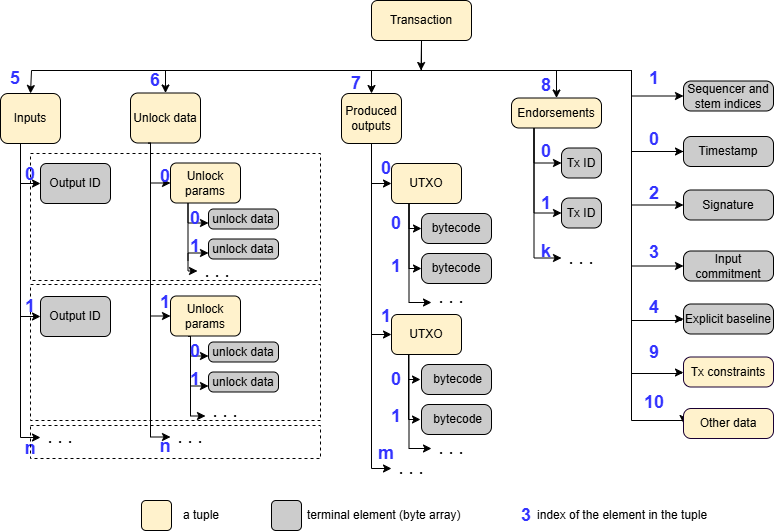
lunfardo314/lunfardo314.github.io keeps this draw.io diagram as static/img/utxo-tx.png. Above is the earlier version. Source tidied: cells renumbered, new cells last; positions are measured from the earlier drawing's top-left corner, leaving out a move shared by most shapes.
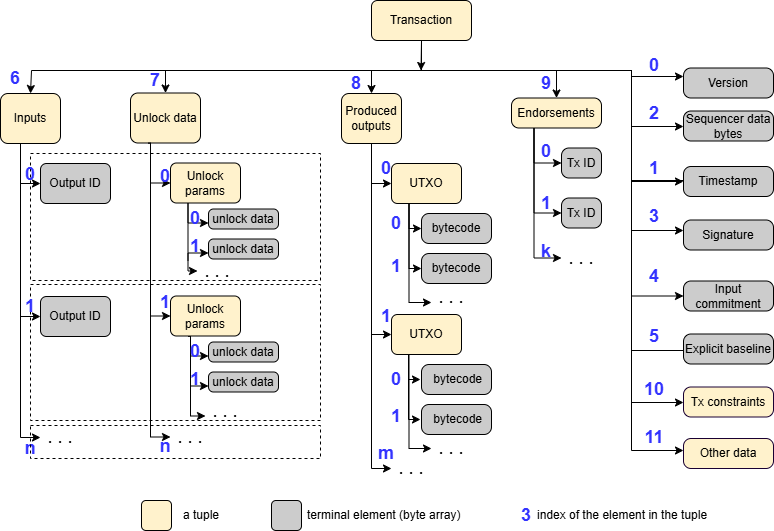
Later version of the same file.

What changed in the source:
```diff
@@ -8,13 +8,12 @@
     <mxCell id="3" style="rounded=0;whiteSpace=wrap;html=1;fillColor=none;dashed=1;" parent="1" vertex="1">
       <mxGeometry x="30" y="153" width="290" height="127" as="geometry" />
     </mxCell>
-    <mxCell id="4" style="edgeStyle=orthogonalEdgeStyle;rounded=0;jettySize=auto;html=1;entryX=0;entryY=0.5;entryDx=0;entryDy=0;" parent="1" edge="1" target="64">
+    <mxCell id="4" style="edgeStyle=orthogonalEdgeStyle;rounded=0;jettySize=auto;html=1;" parent="1" edge="1" target="64">
       <mxGeometry relative="1" as="geometry">
         <mxPoint x="531" y="70" as="sourcePoint" />
         <Array as="points">
           <mxPoint x="631" y="70" />
-          <mxPoint x="631" y="420" />
-          <mxPoint x="683" y="420" />
+          <mxPoint x="631" y="450" />
         </Array>
       </mxGeometry>
     </mxCell>
@@ -23,7 +22,8 @@
         <mxPoint x="531" y="70" as="sourcePoint" />
         <Array as="points">
           <mxPoint x="631" y="70" />
-          <mxPoint x="631" y="266" />
+          <mxPoint x="631" y="296" />
+          <mxPoint x="683" y="296" />
         </Array>
       </mxGeometry>
     </mxCell>
@@ -32,24 +32,25 @@
         <mxPoint x="531" y="70" as="sourcePoint" />
         <Array as="points">
           <mxPoint x="631" y="70" />
-          <mxPoint x="631" y="151" />
+          <mxPoint x="631" y="181" />
         </Array>
       </mxGeometry>
     </mxCell>
-    <mxCell id="7" style="edgeStyle=orthogonalEdgeStyle;rounded=0;jettySize=auto;html=1;entryX=0;entryY=0.5;entryDx=0;entryDy=0;" parent="1" edge="1" target="62">
+    <mxCell id="7" style="edgeStyle=orthogonalEdgeStyle;rounded=0;jettySize=auto;html=1;" parent="1" edge="1" target="62">
       <mxGeometry relative="1" as="geometry">
         <mxPoint x="531" y="70" as="sourcePoint" />
         <Array as="points">
+          <mxPoint x="531" y="70" />
           <mxPoint x="631" y="70" />
-          <mxPoint x="631" y="96" />
+          <mxPoint x="631" y="126" />
         </Array>
       </mxGeometry>
     </mxCell>
     <mxCell id="8" style="edgeStyle=orthogonalEdgeStyle;rounded=0;jettySize=auto;html=1;" parent="1" edge="1" source="110" target="61">
       <mxGeometry relative="1" as="geometry">
         <Array as="points">
-          <mxPoint x="631" y="151.5" />
-          <mxPoint x="631" y="204.5" />
+          <mxPoint x="631" y="180" />
+          <mxPoint x="631" y="230" />
         </Array>
       </mxGeometry>
     </mxCell>
@@ -74,14 +75,13 @@
         </Array>
       </mxGeometry>
     </mxCell>
-    <mxCell id="12" style="edgeStyle=orthogonalEdgeStyle;rounded=0;jettySize=auto;html=1;exitX=0.5;exitY=1;exitDx=0;exitDy=0;entryX=0;entryY=0.5;entryDx=0;entryDy=0;" parent="1" edge="1" source="13" target="107">
+    <mxCell id="12" style="edgeStyle=orthogonalEdgeStyle;rounded=0;jettySize=auto;html=1;exitX=0.5;exitY=1;exitDx=0;exitDy=0;entryX=0.089;entryY=0.55;entryDx=0;entryDy=0;entryPerimeter=0;" parent="1" edge="1" target="107">
       <mxGeometry relative="1" as="geometry">
+        <mxPoint x="421" y="45.5" as="sourcePoint" />
         <Array as="points">
           <mxPoint x="421" y="70" />
           <mxPoint x="631" y="70" />
-          <mxPoint x="631" y="320" />
-          <mxPoint x="681" y="320" />
-          <mxPoint x="681" y="319" />
+          <mxPoint x="631" y="350" />
         </Array>
       </mxGeometry>
     </mxCell>
@@ -337,16 +337,16 @@
       </mxGeometry>
     </mxCell>
     <mxCell id="61" value="Signature" style="rounded=1;whiteSpace=wrap;html=1;arcSize=25;fillColor=#CCCCCC;" parent="1" vertex="1">
-      <mxGeometry x="683" y="189.5" width="90" height="30" as="geometry" />
+      <mxGeometry x="683" y="219.5" width="90" height="30" as="geometry" />
     </mxCell>
-    <mxCell id="62" value="Sequencer and stem indices" style="rounded=1;whiteSpace=wrap;html=1;arcSize=25;fillColor=#CCCCCC;" parent="1" vertex="1">
-      <mxGeometry x="683" y="80.5" width="90" height="30" as="geometry" />
+    <mxCell id="62" value="Sequencer data bytes" style="rounded=1;whiteSpace=wrap;html=1;arcSize=25;fillColor=#CCCCCC;" parent="1" vertex="1">
+      <mxGeometry x="683" y="110.5" width="90" height="30" as="geometry" />
     </mxCell>
     <mxCell id="63" value="Input commitment" style="rounded=1;whiteSpace=wrap;html=1;arcSize=25;fillColor=#CCCCCC;" parent="1" vertex="1">
-      <mxGeometry x="683" y="250.5" width="90" height="30" as="geometry" />
+      <mxGeometry x="683" y="280.5" width="90" height="30" as="geometry" />
     </mxCell>
     <mxCell id="64" value="Other data" style="rounded=1;whiteSpace=wrap;html=1;arcSize=25;fillColor=#fff2cc;strokeColor=#190033;" parent="1" vertex="1">
-      <mxGeometry x="683" y="408" width="90" height="30" as="geometry" />
+      <mxGeometry x="683" y="438" width="90" height="30" as="geometry" />
     </mxCell>
     <mxCell id="65" style="edgeStyle=orthogonalEdgeStyle;rounded=0;jettySize=auto;html=1;exitX=0.25;exitY=1;exitDx=0;exitDy=0;entryX=0;entryY=0.5;entryDx=0;entryDy=0;" parent="1" edge="1" source="68" target="69">
       <mxGeometry relative="1" as="geometry" />
@@ -381,35 +381,35 @@
     <mxCell id="75" value="terminal element (byte array)" style="text;html=1;align=left;verticalAlign=middle;whiteSpace=wrap;rounded=0;" parent="1" vertex="1">
       <mxGeometry x="305" y="500" width="180" height="30" as="geometry" />
     </mxCell>
-    <mxCell id="76" value="&lt;font style=&quot;font-size: 18px; color: rgb(51, 51, 255);&quot;&gt;&lt;b&gt;5&lt;/b&gt;&lt;/font&gt;" style="text;html=1;align=center;verticalAlign=middle;whiteSpace=wrap;rounded=0;" parent="1" vertex="1">
+    <mxCell id="76" value="&lt;font style=&quot;font-size: 18px; color: rgb(51, 51, 255);&quot;&gt;&lt;b&gt;6&lt;/b&gt;&lt;/font&gt;" style="text;html=1;align=center;verticalAlign=middle;whiteSpace=wrap;rounded=0;" parent="1" vertex="1">
       <mxGeometry y="63" width="30" height="30" as="geometry" />
     </mxCell>
-    <mxCell id="77" value="&lt;font color=&quot;#3333ff&quot;&gt;&lt;span style=&quot;font-size: 18px;&quot;&gt;&lt;b&gt;6&lt;/b&gt;&lt;/span&gt;&lt;/font&gt;" style="text;html=1;align=center;verticalAlign=middle;whiteSpace=wrap;rounded=0;" parent="1" vertex="1">
+    <mxCell id="77" value="&lt;font color=&quot;#3333ff&quot;&gt;&lt;span style=&quot;font-size: 18px;&quot;&gt;&lt;b&gt;7&lt;/b&gt;&lt;/span&gt;&lt;/font&gt;" style="text;html=1;align=center;verticalAlign=middle;whiteSpace=wrap;rounded=0;" parent="1" vertex="1">
       <mxGeometry x="140" y="65" width="30" height="30" as="geometry" />
     </mxCell>
-    <mxCell id="78" value="&lt;font style=&quot;font-size: 18px; color: rgb(51, 51, 255);&quot;&gt;&lt;b&gt;7&lt;/b&gt;&lt;/font&gt;" style="text;html=1;align=center;verticalAlign=middle;whiteSpace=wrap;rounded=0;" parent="1" vertex="1">
+    <mxCell id="78" value="&lt;font style=&quot;font-size: 18px; color: rgb(51, 51, 255);&quot;&gt;&lt;b&gt;8&lt;/b&gt;&lt;/font&gt;" style="text;html=1;align=center;verticalAlign=middle;whiteSpace=wrap;rounded=0;" parent="1" vertex="1">
       <mxGeometry x="341" y="67.5" width="30" height="30" as="geometry" />
     </mxCell>
     <mxCell id="79" value="&lt;font style=&quot;font-size: 18px; color: rgb(51, 51, 255);&quot;&gt;&lt;b&gt;4&lt;/b&gt;&lt;/font&gt;" style="text;html=1;align=center;verticalAlign=middle;whiteSpace=wrap;rounded=0;" parent="1" vertex="1">
-      <mxGeometry x="639" y="291.5" width="30" height="30" as="geometry" />
+      <mxGeometry x="639" y="261" width="30" height="30" as="geometry" />
     </mxCell>
-    <mxCell id="80" value="&lt;font style=&quot;font-size: 18px; color: rgb(51, 51, 255);&quot;&gt;&lt;b&gt;8&lt;/b&gt;&lt;/font&gt;" style="text;html=1;align=center;verticalAlign=middle;whiteSpace=wrap;rounded=0;" parent="1" vertex="1">
-      <mxGeometry x="531" y="70" width="30" height="30" as="geometry" />
+    <mxCell id="80" value="&lt;font style=&quot;font-size: 18px; color: rgb(51, 51, 255);&quot;&gt;&lt;b&gt;9&lt;/b&gt;&lt;/font&gt;" style="text;html=1;align=center;verticalAlign=middle;whiteSpace=wrap;rounded=0;" parent="1" vertex="1">
+      <mxGeometry x="531" y="67.5" width="30" height="30" as="geometry" />
     </mxCell>
     <mxCell id="81" value="&lt;font style=&quot;font-size: 18px; color: rgb(51, 51, 255);&quot;&gt;&lt;b&gt;1&lt;/b&gt;&lt;/font&gt;" style="text;html=1;align=center;verticalAlign=middle;whiteSpace=wrap;rounded=0;" parent="1" vertex="1">
-      <mxGeometry x="639" y="62.5" width="30" height="30" as="geometry" />
+      <mxGeometry x="639" y="153" width="30" height="30" as="geometry" />
     </mxCell>
     <mxCell id="82" value="&lt;font style=&quot;font-size: 18px; color: rgb(51, 51, 255);&quot;&gt;&lt;b&gt;0&lt;/b&gt;&lt;/font&gt;" style="text;html=1;align=center;verticalAlign=middle;whiteSpace=wrap;rounded=0;" parent="1" vertex="1">
-      <mxGeometry x="639" y="123.5" width="30" height="30" as="geometry" />
+      <mxGeometry x="639" y="50" width="30" height="30" as="geometry" />
     </mxCell>
     <mxCell id="83" value="&lt;font style=&quot;font-size: 18px; color: rgb(51, 51, 255);&quot;&gt;&lt;b&gt;2&lt;/b&gt;&lt;/font&gt;" style="text;html=1;align=center;verticalAlign=middle;whiteSpace=wrap;rounded=0;" parent="1" vertex="1">
-      <mxGeometry x="639" y="178" width="30" height="30" as="geometry" />
+      <mxGeometry x="639" y="97.5" width="30" height="30" as="geometry" />
     </mxCell>
     <mxCell id="84" value="&lt;font style=&quot;font-size: 18px; color: rgb(51, 51, 255);&quot;&gt;&lt;b&gt;3&lt;/b&gt;&lt;/font&gt;" style="text;html=1;align=center;verticalAlign=middle;whiteSpace=wrap;rounded=0;" parent="1" vertex="1">
-      <mxGeometry x="639" y="236.5" width="30" height="30" as="geometry" />
+      <mxGeometry x="639" y="200.5" width="30" height="30" as="geometry" />
     </mxCell>
     <mxCell id="85" value="&lt;font style=&quot;font-size: 18px; color: rgb(51, 51, 255);&quot;&gt;&lt;b&gt;10&lt;/b&gt;&lt;/font&gt;" style="text;html=1;align=center;verticalAlign=middle;whiteSpace=wrap;rounded=0;" parent="1" vertex="1">
-      <mxGeometry x="639" y="386.5" width="30" height="30" as="geometry" />
+      <mxGeometry x="639" y="374" width="30" height="30" as="geometry" />
     </mxCell>
     <mxCell id="86" value="&lt;font style=&quot;font-size: 18px; color: rgb(51, 51, 255);&quot;&gt;&lt;b&gt;0&lt;/b&gt;&lt;/font&gt;" style="text;html=1;align=center;verticalAlign=middle;whiteSpace=wrap;rounded=0;" parent="1" vertex="1">
       <mxGeometry x="150" y="160.5" width="30" height="30" as="geometry" />
@@ -475,7 +475,7 @@
       <mxGeometry x="30" y="425" width="290" height="33" as="geometry" />
     </mxCell>
     <mxCell id="107" value="Explicit baseline" style="rounded=1;whiteSpace=wrap;html=1;arcSize=25;fillColor=#CCCCCC;" parent="1" vertex="1">
-      <mxGeometry x="683" y="303.5" width="90" height="30" as="geometry" />
+      <mxGeometry x="683" y="333.5" width="90" height="30" as="geometry" />
     </mxCell>
     <mxCell id="108" value="&lt;font style=&quot;font-size: 18px; color: rgb(51, 51, 255);&quot;&gt;&lt;b&gt;3&lt;/b&gt;&lt;/font&gt;" style="text;html=1;align=center;verticalAlign=middle;whiteSpace=wrap;rounded=0;" parent="1" vertex="1">
       <mxGeometry x="511" y="500" width="30" height="30" as="geometry" />
@@ -484,24 +484,40 @@
       <mxGeometry x="535" y="500" width="190" height="30" as="geometry" />
     </mxCell>
     <mxCell id="110" value="Timestamp" style="rounded=1;whiteSpace=wrap;html=1;arcSize=25;fillColor=#CCCCCC;" parent="1" vertex="1">
-      <mxGeometry x="683" y="136" width="90" height="30" as="geometry" />
+      <mxGeometry x="683" y="166" width="90" height="30" as="geometry" />
     </mxCell>
     <mxCell id="111" value="Tx constraints" style="rounded=1;whiteSpace=wrap;html=1;arcSize=25;fillColor=#fff2cc;strokeColor=#190033;" parent="1" vertex="1">
-      <mxGeometry x="683" y="356.5" width="90" height="30" as="geometry" />
+      <mxGeometry x="683" y="386.5" width="90" height="30" as="geometry" />
     </mxCell>
-    <mxCell id="112" style="edgeStyle=orthogonalEdgeStyle;rounded=0;jettySize=auto;html=1;" parent="1" edge="1" source="13" target="111">
+    <mxCell id="112" style="edgeStyle=orthogonalEdgeStyle;rounded=0;jettySize=auto;html=1;" parent="1" edge="1" target="111">
       <mxGeometry relative="1" as="geometry">
+        <mxPoint x="421" y="65" as="sourcePoint" />
         <Array as="points">
           <mxPoint x="421" y="70" />
           <mxPoint x="631" y="70" />
-          <mxPoint x="631" y="373" />
-          <mxPoint x="681" y="373" />
-          <mxPoint x="681" y="372" />
+          <mxPoint x="631" y="402" />
         </Array>
       </mxGeometry>
     </mxCell>
-    <mxCell id="113" value="&lt;font style=&quot;font-size: 18px; color: rgb(51, 51, 255);&quot;&gt;&lt;b&gt;9&lt;/b&gt;&lt;/font&gt;" style="text;html=1;align=center;verticalAlign=middle;whiteSpace=wrap;rounded=0;" parent="1" vertex="1">
-      <mxGeometry x="639" y="337" width="30" height="30" as="geometry" />
+    <mxCell id="113" value="&lt;font style=&quot;font-size: 18px; color: rgb(51, 51, 255);&quot;&gt;&lt;b&gt;5&lt;/b&gt;&lt;/font&gt;" style="text;html=1;align=center;verticalAlign=middle;whiteSpace=wrap;rounded=0;" parent="1" vertex="1">
+      <mxGeometry x="639" y="321" width="30" height="30" as="geometry" />
     </mxCell>
+    <mxCell id="114" value="Version" style="rounded=1;whiteSpace=wrap;html=1;arcSize=25;fillColor=#CCCCCC;" parent="1" vertex="1">
+      <mxGeometry x="683" y="67.5" width="90" height="30" as="geometry" />
+    </mxCell>
+    <mxCell id="115" style="edgeStyle=orthogonalEdgeStyle;rounded=0;orthogonalLoop=1;jettySize=auto;html=1;" parent="1" edge="1">
+      <mxGeometry relative="1" as="geometry">
+        <mxPoint x="511" y="70" as="sourcePoint" />
+        <mxPoint x="683" y="76" as="targetPoint" />
+        <Array as="points">
+          <mxPoint x="531" y="70" />
+          <mxPoint x="631" y="70" />
+          <mxPoint x="631" y="76" />
+        </Array>
+      </mxGeometry>
+    </mxCell>
+    <mxCell id="116" value="&lt;font style=&quot;font-size: 18px; color: rgb(51, 51, 255);&quot;&gt;&lt;b&gt;11&lt;/b&gt;&lt;/font&gt;" style="text;html=1;align=center;verticalAlign=middle;whiteSpace=wrap;rounded=0;" parent="1" vertex="1">
+      <mxGeometry x="639" y="422" width="30" height="30" as="geometry" />
+    </mxCell>
   </root>
 </mxGraphModel>
```
